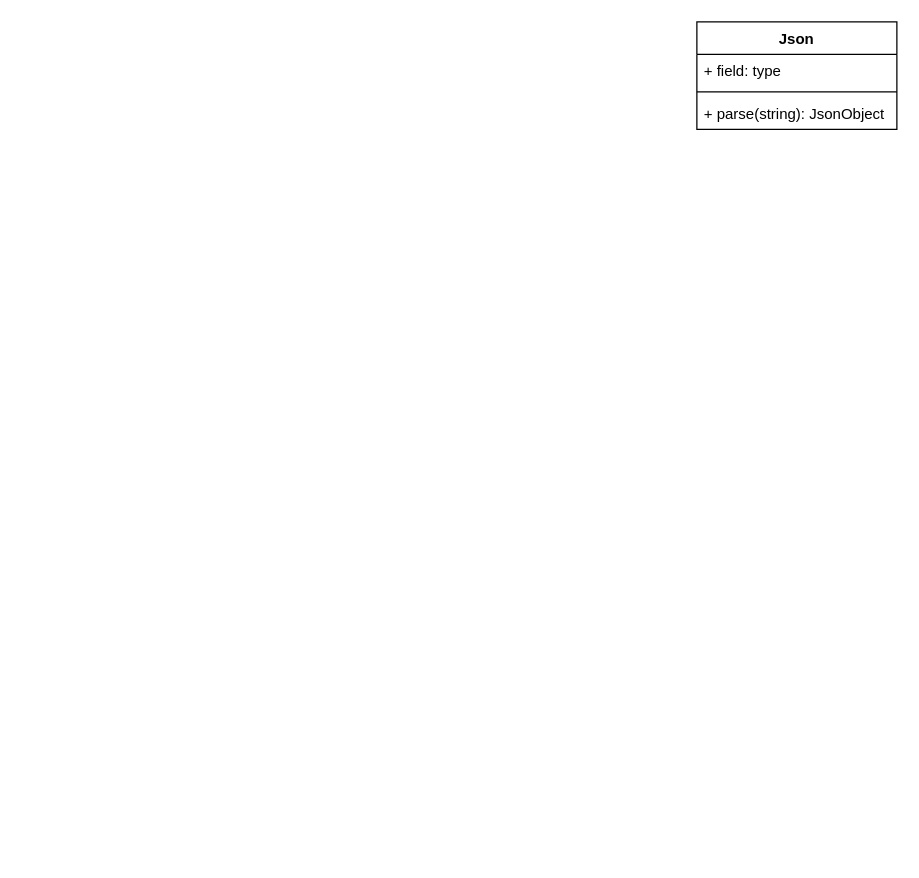
Above: doc/architecture.drawio in danielthalmann/42hhpp (draw.io), before the change. Source tidied: cells renumbered, new cells numbered last; positions are measured from the earlier drawing's top-left corner, leaving out a move shared by most shapes. Both pictures are drawn from the tidied source at 125%, with x=0, y=0 at pixel (696, 21).
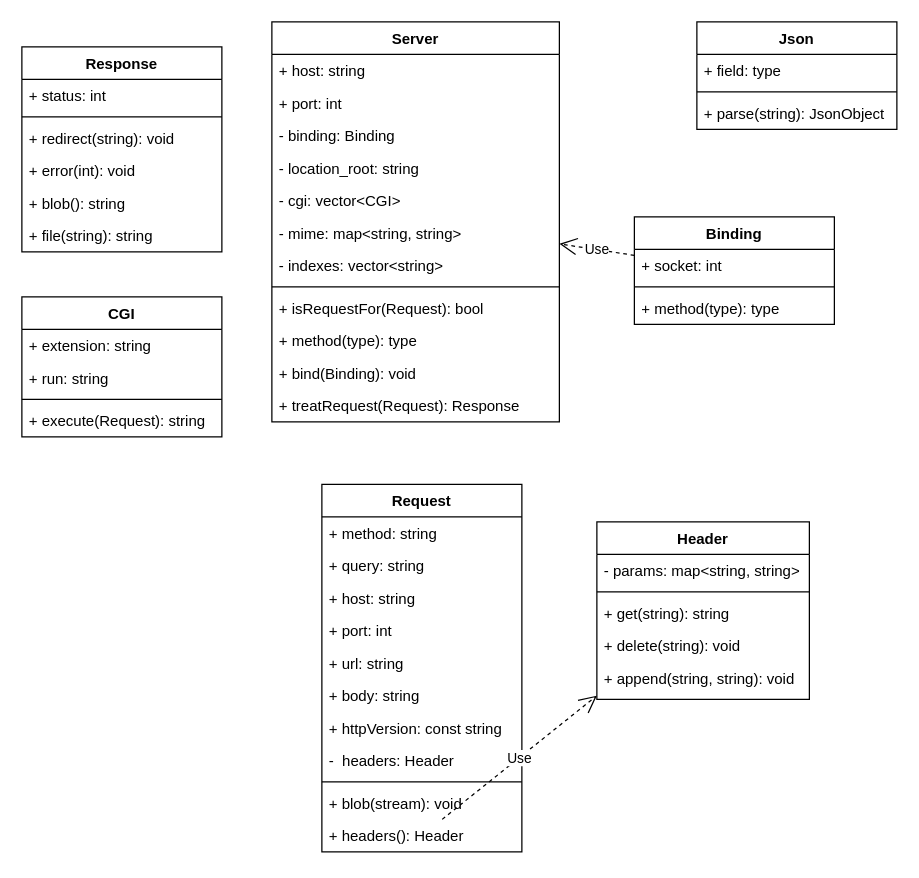
Above is the later version.

What changed in the source:
```diff
@@
+    <mxCell id="6" value="Request" style="swimlane;fontStyle=1;align=center;verticalAlign=top;horizontal=1;startSize=26;" parent="1" vertex="1">
+      <mxGeometry x="-300" y="370" width="160" height="294" as="geometry" />
+    </mxCell>
+    <mxCell id="7" value="+ method: string&#10;" style="text;strokeColor=none;fillColor=none;align=left;verticalAlign=top;spacingLeft=4;spacingRight=4;overflow=hidden;" parent="6" vertex="1">
+      <mxGeometry y="26" width="160" height="26" as="geometry" />
+    </mxCell>
+    <mxCell id="8" value="+ query: string&#10;" style="text;strokeColor=none;fillColor=none;align=left;verticalAlign=top;spacingLeft=4;spacingRight=4;overflow=hidden;" parent="6" vertex="1">
+      <mxGeometry y="52" width="160" height="26" as="geometry" />
+    </mxCell>
+    <mxCell id="9" value="+ host: string&#10;" style="text;strokeColor=none;fillColor=none;align=left;verticalAlign=top;spacingLeft=4;spacingRight=4;overflow=hidden;" parent="6" vertex="1">
+      <mxGeometry y="78" width="160" height="26" as="geometry" />
+    </mxCell>
+    <mxCell id="10" value="+ port: int&#10;" style="text;strokeColor=none;fillColor=none;align=left;verticalAlign=top;spacingLeft=4;spacingRight=4;overflow=hidden;" parent="6" vertex="1">
+      <mxGeometry y="104" width="160" height="26" as="geometry" />
+    </mxCell>
+    <mxCell id="11" value="+ url: string&#10;" style="text;strokeColor=none;fillColor=none;align=left;verticalAlign=top;spacingLeft=4;spacingRight=4;overflow=hidden;" parent="6" vertex="1">
+      <mxGeometry y="130" width="160" height="26" as="geometry" />
+    </mxCell>
+    <mxCell id="12" value="+ body: string&#10;" style="text;strokeColor=none;fillColor=none;align=left;verticalAlign=top;spacingLeft=4;spacingRight=4;overflow=hidden;" parent="6" vertex="1">
+      <mxGeometry y="156" width="160" height="26" as="geometry" />
+    </mxCell>
+    <mxCell id="13" value="+ httpVersion: const string&#10;" style="text;strokeColor=none;fillColor=none;align=left;verticalAlign=top;spacingLeft=4;spacingRight=4;overflow=hidden;" parent="6" vertex="1">
+      <mxGeometry y="182" width="160" height="26" as="geometry" />
+    </mxCell>
+    <mxCell id="14" value="-  headers: Header" style="text;strokeColor=none;fillColor=none;align=left;verticalAlign=top;spacingLeft=4;spacingRight=4;overflow=hidden;" parent="6" vertex="1">
+      <mxGeometry y="208" width="160" height="26" as="geometry" />
+    </mxCell>
+    <mxCell id="15" style="line;strokeWidth=1;fillColor=none;align=left;verticalAlign=middle;spacingTop=-1;spacingLeft=3;spacingRight=3;labelPosition=right;" parent="6" vertex="1">
+      <mxGeometry y="234" width="160" height="8" as="geometry" />
+    </mxCell>
+    <mxCell id="16" value="+ blob(stream): void" style="text;strokeColor=none;fillColor=none;align=left;verticalAlign=top;spacingLeft=4;spacingRight=4;overflow=hidden;" parent="6" vertex="1">
+      <mxGeometry y="242" width="160" height="26" as="geometry" />
+    </mxCell>
+    <mxCell id="17" value="+ headers(): Header" style="text;strokeColor=none;fillColor=none;align=left;verticalAlign=top;spacingLeft=4;spacingRight=4;overflow=hidden;points=[[0,0.5],[1,0.5]];portConstraint=eastwest;" parent="6" vertex="1">
+      <mxGeometry y="268" width="160" height="26" as="geometry" />
+    </mxCell>
+    <mxCell id="18" value="Header" style="swimlane;fontStyle=1;align=center;verticalAlign=top;horizontal=1;startSize=26;" parent="1" vertex="1">
+      <mxGeometry x="-80" y="400" width="170" height="142" as="geometry" />
+    </mxCell>
+    <mxCell id="19" value="- params: map&lt;string, string&gt;" style="text;strokeColor=none;fillColor=none;align=left;verticalAlign=top;spacingLeft=4;spacingRight=4;overflow=hidden;" parent="18" vertex="1">
+      <mxGeometry y="26" width="170" height="26" as="geometry" />
+    </mxCell>
+    <mxCell id="20" style="line;strokeWidth=1;fillColor=none;align=left;verticalAlign=middle;spacingTop=-1;spacingLeft=3;spacingRight=3;labelPosition=right;" parent="18" vertex="1">
+      <mxGeometry y="52" width="170" height="8" as="geometry" />
+    </mxCell>
+    <mxCell id="21" value="+ get(string): string" style="text;strokeColor=none;fillColor=none;align=left;verticalAlign=top;spacingLeft=4;spacingRight=4;overflow=hidden;" parent="18" vertex="1">
+      <mxGeometry y="60" width="170" height="26" as="geometry" />
+    </mxCell>
+    <mxCell id="22" value="+ delete(string): void" style="text;strokeColor=none;fillColor=none;align=left;verticalAlign=top;spacingLeft=4;spacingRight=4;overflow=hidden;" parent="18" vertex="1">
+      <mxGeometry y="86" width="170" height="26" as="geometry" />
+    </mxCell>
+    <mxCell id="23" value="+ append(string, string): void" style="text;strokeColor=none;fillColor=none;align=left;verticalAlign=top;spacingLeft=4;spacingRight=4;overflow=hidden;" parent="18" vertex="1">
+      <mxGeometry y="112" width="170" height="30" as="geometry" />
+    </mxCell>
+    <mxCell id="24" value="Use" style="endArrow=open;endSize=12;dashed=1;html=1;" parent="1" edge="1" source="17" target="18">
+      <mxGeometry relative="1" as="geometry" />
+    </mxCell>
+    <mxCell id="25" value="Response" style="swimlane;fontStyle=1;align=center;verticalAlign=top;horizontal=1;startSize=26;" parent="1" vertex="1">
+      <mxGeometry x="-540" y="20" width="160" height="164" as="geometry" />
+    </mxCell>
+    <mxCell id="26" value="+ status: int" style="text;strokeColor=none;fillColor=none;align=left;verticalAlign=top;spacingLeft=4;spacingRight=4;overflow=hidden;" parent="25" vertex="1">
+      <mxGeometry y="26" width="160" height="26" as="geometry" />
+    </mxCell>
+    <mxCell id="27" style="line;strokeWidth=1;fillColor=none;align=left;verticalAlign=middle;spacingTop=-1;spacingLeft=3;spacingRight=3;labelPosition=right;" parent="25" vertex="1">
+      <mxGeometry y="52" width="160" height="8" as="geometry" />
+    </mxCell>
+    <mxCell id="28" value="+ redirect(string): void" style="text;strokeColor=none;fillColor=none;align=left;verticalAlign=top;spacingLeft=4;spacingRight=4;overflow=hidden;" parent="25" vertex="1">
+      <mxGeometry y="60" width="160" height="26" as="geometry" />
+    </mxCell>
+    <mxCell id="29" value="+ error(int): void" style="text;strokeColor=none;fillColor=none;align=left;verticalAlign=top;spacingLeft=4;spacingRight=4;overflow=hidden;" parent="25" vertex="1">
+      <mxGeometry y="86" width="160" height="26" as="geometry" />
+    </mxCell>
+    <mxCell id="30" value="+ blob(): string" style="text;strokeColor=none;fillColor=none;align=left;verticalAlign=top;spacingLeft=4;spacingRight=4;overflow=hidden;" parent="25" vertex="1">
+      <mxGeometry y="112" width="160" height="26" as="geometry" />
+    </mxCell>
+    <mxCell id="31" value="+ file(string): string" style="text;strokeColor=none;fillColor=none;align=left;verticalAlign=top;spacingLeft=4;spacingRight=4;overflow=hidden;" parent="25" vertex="1">
+      <mxGeometry y="138" width="160" height="26" as="geometry" />
+    </mxCell>
+    <mxCell id="32" value="Server" style="swimlane;fontStyle=1;align=center;verticalAlign=top;horizontal=1;startSize=26;" parent="1" vertex="1">
+      <mxGeometry x="-340" width="230" height="320" as="geometry" />
+    </mxCell>
+    <mxCell id="33" value="+ host: string" style="text;strokeColor=none;fillColor=none;align=left;verticalAlign=top;spacingLeft=4;spacingRight=4;overflow=hidden;" parent="32" vertex="1">
+      <mxGeometry y="26" width="230" height="26" as="geometry" />
+    </mxCell>
+    <mxCell id="34" value="+ port: int" style="text;strokeColor=none;fillColor=none;align=left;verticalAlign=top;spacingLeft=4;spacingRight=4;overflow=hidden;" parent="32" vertex="1">
+      <mxGeometry y="52" width="230" height="26" as="geometry" />
+    </mxCell>
+    <mxCell id="35" value="- binding: Binding" style="text;strokeColor=none;fillColor=none;align=left;verticalAlign=top;spacingLeft=4;spacingRight=4;overflow=hidden;" parent="32" vertex="1">
+      <mxGeometry y="78" width="230" height="26" as="geometry" />
+    </mxCell>
+    <mxCell id="36" value="- location_root: string" style="text;strokeColor=none;fillColor=none;align=left;verticalAlign=top;spacingLeft=4;spacingRight=4;overflow=hidden;" parent="32" vertex="1">
+      <mxGeometry y="104" width="230" height="26" as="geometry" />
+    </mxCell>
+    <mxCell id="37" value="- cgi: vector&lt;CGI&gt;" style="text;strokeColor=none;fillColor=none;align=left;verticalAlign=top;spacingLeft=4;spacingRight=4;overflow=hidden;" parent="32" vertex="1">
+      <mxGeometry y="130" width="230" height="26" as="geometry" />
+    </mxCell>
+    <mxCell id="38" value="- mime: map&lt;string, string&gt;" style="text;strokeColor=none;fillColor=none;align=left;verticalAlign=top;spacingLeft=4;spacingRight=4;overflow=hidden;" parent="32" vertex="1">
+      <mxGeometry y="156" width="230" height="26" as="geometry" />
+    </mxCell>
+    <mxCell id="39" value="- indexes: vector&lt;string&gt;" style="text;strokeColor=none;fillColor=none;align=left;verticalAlign=top;spacingLeft=4;spacingRight=4;overflow=hidden;" parent="32" vertex="1">
+      <mxGeometry y="182" width="230" height="26" as="geometry" />
+    </mxCell>
+    <mxCell id="40" style="line;strokeWidth=1;fillColor=none;align=left;verticalAlign=middle;spacingTop=-1;spacingLeft=3;spacingRight=3;labelPosition=right;" parent="32" vertex="1">
+      <mxGeometry y="208" width="230" height="8" as="geometry" />
+    </mxCell>
+    <mxCell id="41" value="+ isRequestFor(Request): bool" style="text;strokeColor=none;fillColor=none;align=left;verticalAlign=top;spacingLeft=4;spacingRight=4;overflow=hidden;" parent="32" vertex="1">
+      <mxGeometry y="216" width="230" height="26" as="geometry" />
+    </mxCell>
+    <mxCell id="42" value="+ method(type): type" style="text;strokeColor=none;fillColor=none;align=left;verticalAlign=top;spacingLeft=4;spacingRight=4;overflow=hidden;" parent="32" vertex="1">
+      <mxGeometry y="242" width="230" height="26" as="geometry" />
+    </mxCell>
+    <mxCell id="43" value="+ bind(Binding): void" style="text;strokeColor=none;fillColor=none;align=left;verticalAlign=top;spacingLeft=4;spacingRight=4;overflow=hidden;" parent="32" vertex="1">
+      <mxGeometry y="268" width="230" height="26" as="geometry" />
+    </mxCell>
+    <mxCell id="44" value="+ treatRequest(Request): Response" style="text;strokeColor=none;fillColor=none;align=left;verticalAlign=top;spacingLeft=4;spacingRight=4;overflow=hidden;" parent="32" vertex="1">
+      <mxGeometry y="294" width="230" height="26" as="geometry" />
+    </mxCell>
+    <mxCell id="45" value="Binding" style="swimlane;fontStyle=1;align=center;verticalAlign=top;horizontal=1;startSize=26;" parent="1" vertex="1">
+      <mxGeometry x="-50" y="156" width="160" height="86" as="geometry" />
+    </mxCell>
+    <mxCell id="46" value="+ socket: int" style="text;strokeColor=none;fillColor=none;align=left;verticalAlign=top;spacingLeft=4;spacingRight=4;overflow=hidden;" parent="45" vertex="1">
+      <mxGeometry y="26" width="160" height="26" as="geometry" />
+    </mxCell>
+    <mxCell id="47" style="line;strokeWidth=1;fillColor=none;align=left;verticalAlign=middle;spacingTop=-1;spacingLeft=3;spacingRight=3;labelPosition=right;" parent="45" vertex="1">
+      <mxGeometry y="52" width="160" height="8" as="geometry" />
+    </mxCell>
+    <mxCell id="48" value="+ method(type): type" style="text;strokeColor=none;fillColor=none;align=left;verticalAlign=top;spacingLeft=4;spacingRight=4;overflow=hidden;" parent="45" vertex="1">
+      <mxGeometry y="60" width="160" height="26" as="geometry" />
+    </mxCell>
+    <mxCell id="49" value="Use" style="endArrow=open;endSize=12;dashed=1;html=1;" parent="1" edge="1" source="45" target="32">
+      <mxGeometry relative="1" as="geometry" />
+    </mxCell>
+    <mxCell id="50" value="CGI&#10;" style="swimlane;fontStyle=1;align=center;verticalAlign=top;horizontal=1;startSize=26;" parent="1" vertex="1">
+      <mxGeometry x="-540" y="220" width="160" height="112" as="geometry" />
+    </mxCell>
+    <mxCell id="51" value="+ extension: string&#10;" style="text;strokeColor=none;fillColor=none;align=left;verticalAlign=top;spacingLeft=4;spacingRight=4;overflow=hidden;" parent="50" vertex="1">
+      <mxGeometry y="26" width="160" height="26" as="geometry" />
+    </mxCell>
+    <mxCell id="52" value="+ run: string&#10;" style="text;strokeColor=none;fillColor=none;align=left;verticalAlign=top;spacingLeft=4;spacingRight=4;overflow=hidden;" parent="50" vertex="1">
+      <mxGeometry y="52" width="160" height="26" as="geometry" />
+    </mxCell>
+    <mxCell id="53" style="line;strokeWidth=1;fillColor=none;align=left;verticalAlign=middle;spacingTop=-1;spacingLeft=3;spacingRight=3;labelPosition=right;" parent="50" vertex="1">
+      <mxGeometry y="78" width="160" height="8" as="geometry" />
+    </mxCell>
+    <mxCell id="54" value="+ execute(Request): string" style="text;strokeColor=none;fillColor=none;align=left;verticalAlign=top;spacingLeft=4;spacingRight=4;overflow=hidden;" parent="50" vertex="1">
+      <mxGeometry y="86" width="160" height="26" as="geometry" />
+    </mxCell>
```
